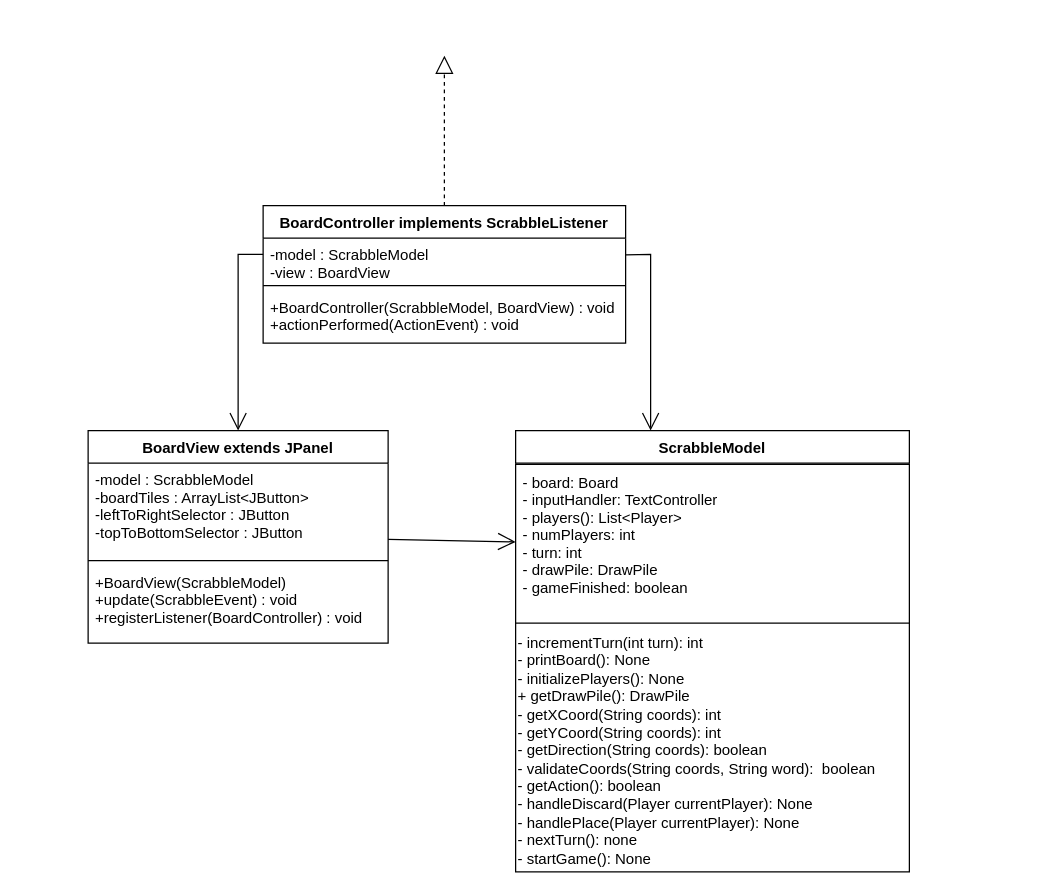
trk20/Scuffle keeps this draw.io diagram as UML/Board_MVC_UML.drawio. Above is the earlier version. Source tidied: cells renumbered, new cells numbered last; positions are measured from the earlier drawing's top-left corner, leaving out a move shared by most shapes. Both pictures are drawn from the tidied source at 125%, with x=0, y=0 at pixel (88, 55).
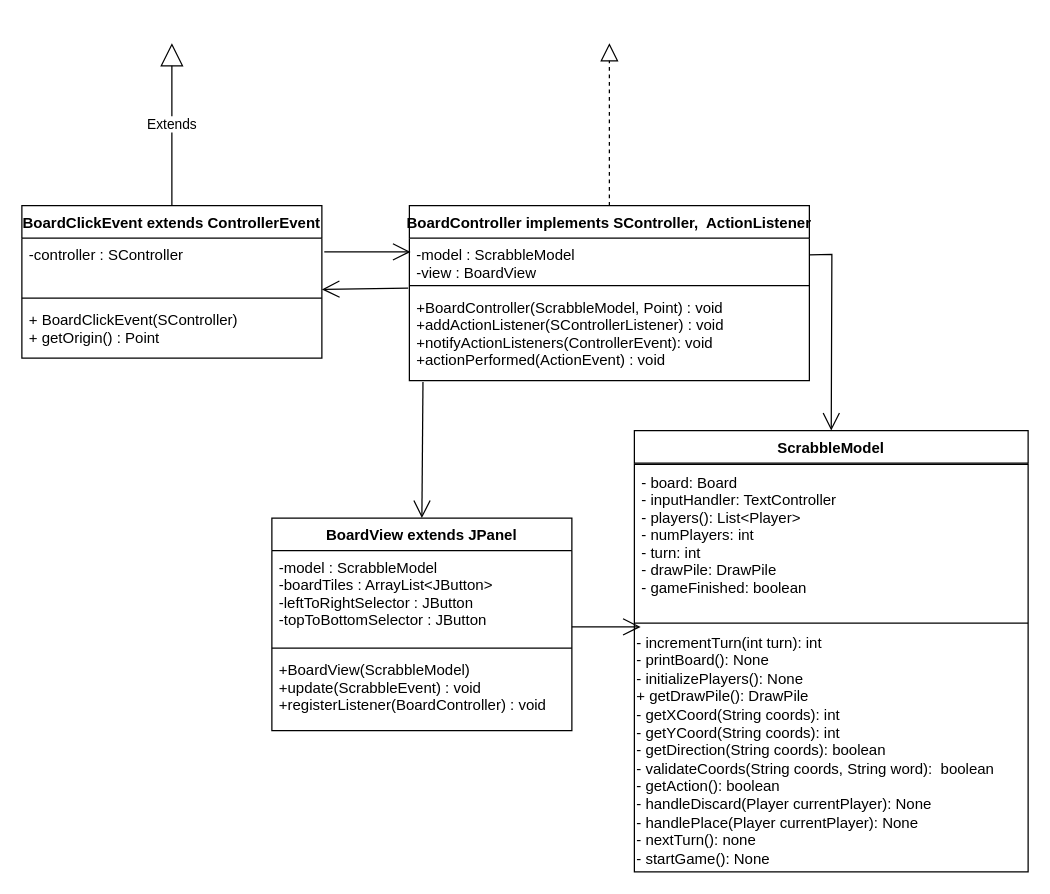
Above is the later version.

Commit message:
-Small UML update for Board related classes

Unchanged cells that the change refers to:
```xml
<mxCell id="7" value="-model : ScrabbleModel&#10;-boardTiles : ArrayList&lt;JButton&gt;&#10;-leftToRightSelector : JButton&#10;-topToBottomSelector : JButton" style="text;strokeColor=none;fillColor=none;align=left;verticalAlign=top;spacingLeft=4;spacingRight=4;overflow=hidden;points=[[0,0.5],[1,0.5]];portConstraint=eastwest;" parent="6" vertex="1">
  <mxGeometry y="26" width="240" height="74" as="geometry" />
</mxCell>
<mxCell id="14" value="- board: Board&#10;- inputHandler: TextController&#10;- players(): List&lt;Player&gt;&#10;- numPlayers: int&#10;- turn: int&#10;- drawPile: DrawPile&#10;- gameFinished: boolean" style="text;strokeColor=none;fillColor=none;align=left;verticalAlign=top;spacingLeft=4;spacingRight=4;overflow=hidden;points=[[0,0.5],[1,0.5]];portConstraint=eastwest;" parent="12" vertex="1">
  <mxGeometry y="28" width="315" height="122" as="geometry" />
</mxCell>
<mxCell id="15" style="line;strokeWidth=1;fillColor=none;align=left;verticalAlign=middle;spacingTop=-1;spacingLeft=3;spacingRight=3;labelPosition=right;points=[];portConstraint=eastwest;" parent="12" vertex="1">
  <mxGeometry y="150" width="315" height="8" as="geometry" />
</mxCell>
```

Diff of the diagram source:
```diff
@@
-    <mxCell id="2" value="BoardController implements ScrabbleListener" style="swimlane;fontStyle=1;align=center;verticalAlign=top;horizontal=1;startSize=26;" parent="1" vertex="1">
-      <mxGeometry x="140" y="120" width="290" height="110" as="geometry" />
+    <mxCell id="2" value="BoardController implements SController,  ActionListener" style="swimlane;fontStyle=1;align=center;verticalAlign=top;horizontal=1;startSize=26;" parent="1" vertex="1">
+      <mxGeometry x="257" y="120" width="320" height="140" as="geometry" />
     </mxCell>
     <mxCell id="3" value="-model : ScrabbleModel&#10;-view : BoardView" style="text;strokeColor=none;fillColor=none;align=left;verticalAlign=top;spacingLeft=4;spacingRight=4;overflow=hidden;points=[[0,0.5],[1,0.5]];portConstraint=eastwest;" parent="2" vertex="1">
-      <mxGeometry y="26" width="290" height="34" as="geometry" />
+      <mxGeometry y="26" width="320" height="34" as="geometry" />
     </mxCell>
     <mxCell id="4" style="line;strokeWidth=1;fillColor=none;align=left;verticalAlign=middle;spacingTop=-1;spacingLeft=3;spacingRight=3;labelPosition=right;points=[];portConstraint=eastwest;" parent="2" vertex="1">
-      <mxGeometry y="60" width="290" height="8" as="geometry" />
+      <mxGeometry y="60" width="320" height="8" as="geometry" />
     </mxCell>
-    <mxCell id="5" value="+BoardController(ScrabbleModel, BoardView) : void&#10;+actionPerformed(ActionEvent) : void" style="text;strokeColor=none;fillColor=none;align=left;verticalAlign=top;spacingLeft=4;spacingRight=4;overflow=hidden;points=[[0,0.5],[1,0.5]];portConstraint=eastwest;" parent="2" vertex="1">
-      <mxGeometry y="68" width="290" height="42" as="geometry" />
+    <mxCell id="5" value="+BoardController(ScrabbleModel, Point) : void&#10;+addActionListener(SControllerListener) : void&#10;+notifyActionListeners(ControllerEvent): void&#10;+actionPerformed(ActionEvent) : void" style="text;strokeColor=none;fillColor=none;align=left;verticalAlign=top;spacingLeft=4;spacingRight=4;overflow=hidden;points=[[0,0.5],[1,0.5]];portConstraint=eastwest;" parent="2" vertex="1">
+      <mxGeometry y="68" width="320" height="72" as="geometry" />
     </mxCell>
     <mxCell id="6" value="BoardView extends JPanel" style="swimlane;fontStyle=1;align=center;verticalAlign=top;horizontal=1;startSize=26;" parent="1" vertex="1">
-      <mxGeometry y="300" width="240" height="170" as="geometry" />
+      <mxGeometry x="147" y="370" width="240" height="170" as="geometry" />
     </mxCell>
@@
-    <mxCell id="10" style="endArrow=open;endFill=1;endSize=12;html=1;rounded=0;entryX=0.5;entryY=0;entryDx=0;entryDy=0;" parent="1" edge="1" target="6">
-      <mxGeometry relative="1" as="geometry">
-        <mxPoint x="140" y="159" as="sourcePoint" />
-        <Array as="points">
-          <mxPoint x="120" y="159" />
-        </Array>
-      </mxGeometry>
+    <mxCell id="10" style="endArrow=open;endFill=1;endSize=12;html=1;rounded=0;entryX=0.5;entryY=0;entryDx=0;entryDy=0;exitX=0.034;exitY=1.014;exitDx=0;exitDy=0;exitPerimeter=0;" parent="1" edge="1" source="5" target="6">
+      <mxGeometry relative="1" as="geometry" />
     </mxCell>
-    <mxCell id="11" style="endArrow=open;endFill=1;endSize=12;html=1;rounded=0;exitX=1;exitY=0.392;exitDx=0;exitDy=0;entryX=0.5;entryY=0;entryDx=0;entryDy=0;exitPerimeter=0;" parent="1" edge="1" source="3">
+    <mxCell id="11" style="endArrow=open;endFill=1;endSize=12;html=1;rounded=0;exitX=1;exitY=0.392;exitDx=0;exitDy=0;entryX=0.5;entryY=0;entryDx=0;entryDy=0;exitPerimeter=0;" parent="1" edge="1" source="3" target="12">
       <mxGeometry relative="1" as="geometry">
-        <mxPoint x="450" y="300" as="targetPoint" />
         <Array as="points">
-          <mxPoint x="450" y="159" />
+          <mxPoint x="595" y="159" />
         </Array>
       </mxGeometry>
     </mxCell>
     <mxCell id="12" value="ScrabbleModel" style="swimlane;fontStyle=1;align=center;verticalAlign=top;horizontal=1;startSize=26;" parent="1" vertex="1">
-      <mxGeometry x="342" y="300" width="315" height="353" as="geometry" />
+      <mxGeometry x="437" y="300" width="315" height="353" as="geometry" />
     </mxCell>
@@
-    <mxCell id="17" style="endArrow=open;endFill=1;endSize=12;html=1;rounded=0;exitX=1;exitY=0.824;exitDx=0;exitDy=0;exitPerimeter=0;entryX=0;entryY=0.5;entryDx=0;entryDy=0;" parent="1" edge="1" source="7" target="14">
+    <mxCell id="17" style="endArrow=open;endFill=1;endSize=12;html=1;rounded=0;exitX=1;exitY=0.824;exitDx=0;exitDy=0;exitPerimeter=0;entryX=0.016;entryY=0.875;entryDx=0;entryDy=0;entryPerimeter=0;" parent="1" edge="1" source="7" target="15">
       <mxGeometry relative="1" as="geometry" />
     </mxCell>
     <mxCell id="18" style="endArrow=block;dashed=1;endFill=0;endSize=12;html=1;rounded=0;exitX=0.5;exitY=0;exitDx=0;exitDy=0;" parent="1" edge="1" source="2">
       <mxGeometry relative="1" as="geometry">
-        <mxPoint x="285" as="targetPoint" />
+        <mxPoint x="417" y="-10" as="targetPoint" />
       </mxGeometry>
     </mxCell>
+    <mxCell id="19" value="BoardClickEvent extends ControllerEvent" style="swimlane;fontStyle=1;align=center;verticalAlign=top;horizontal=1;startSize=26;" parent="1" vertex="1">
+      <mxGeometry x="-53" y="120" width="240" height="122" as="geometry" />
+    </mxCell>
+    <mxCell id="20" value="-controller : SController &#10;" style="text;strokeColor=none;fillColor=none;align=left;verticalAlign=top;spacingLeft=4;spacingRight=4;overflow=hidden;points=[[0,0.5],[1,0.5]];portConstraint=eastwest;" parent="19" vertex="1">
+      <mxGeometry y="26" width="240" height="44" as="geometry" />
+    </mxCell>
+    <mxCell id="21" style="line;strokeWidth=1;fillColor=none;align=left;verticalAlign=middle;spacingTop=-1;spacingLeft=3;spacingRight=3;labelPosition=right;" parent="19" vertex="1">
+      <mxGeometry y="70" width="240" height="8" as="geometry" />
+    </mxCell>
+    <mxCell id="22" value="+ BoardClickEvent(SController)&#10;+ getOrigin() : Point" style="text;strokeColor=none;fillColor=none;align=left;verticalAlign=top;spacingLeft=4;spacingRight=4;overflow=hidden;" parent="19" vertex="1">
+      <mxGeometry y="78" width="240" height="44" as="geometry" />
+    </mxCell>
+    <mxCell id="23" value="Extends" style="endArrow=block;endSize=16;endFill=0;html=1;rounded=0;exitX=0.5;exitY=0;exitDx=0;exitDy=0;" parent="1" edge="1" source="19">
+      <mxGeometry relative="1" as="geometry">
+        <mxPoint x="67" y="-10" as="targetPoint" />
+      </mxGeometry>
+    </mxCell>
+    <mxCell id="24" style="endArrow=open;endFill=1;endSize=12;html=1;rounded=0;entryX=1;entryY=0.932;entryDx=0;entryDy=0;entryPerimeter=0;exitX=-0.003;exitY=0.75;exitDx=0;exitDy=0;exitPerimeter=0;" parent="1" edge="1" source="4" target="20">
+      <mxGeometry relative="1" as="geometry" />
+    </mxCell>
+    <mxCell id="25" style="endArrow=open;endFill=1;endSize=12;html=1;rounded=0;entryX=0.003;entryY=0.324;entryDx=0;entryDy=0;exitX=1.008;exitY=0.25;exitDx=0;exitDy=0;exitPerimeter=0;entryPerimeter=0;" parent="1" edge="1" source="20" target="3">
+      <mxGeometry relative="1" as="geometry" />
+    </mxCell>
```
